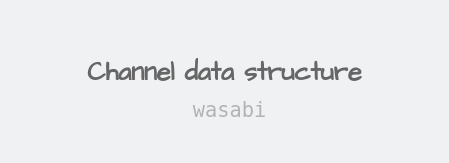
Above: page "第 6 页" (6 of 6) of blog_imgs.drawio in sh1luo/sh1luo.github.io (draw.io), before the change. Source tidied: cells renumbered, new cells numbered last; positions are measured from the earlier drawing's top-left corner, leaving out a move shared by most shapes. Both pictures are drawn from the tidied source at 170%, with x=0, y=0 at pixel (29, 29).
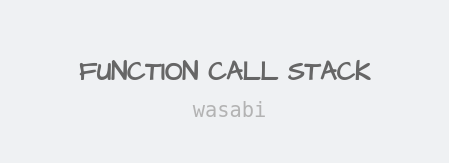
The same page after the edit.

Change to the diagram source:
```diff
@@
 <mxGraphModel background="#EFF1F3">
   <root>
     <mxCell id="0" />
     <mxCell id="1" parent="0" />
-    <mxCell id="2" value="Channel data structure" style="text;html=1;strokeColor=none;fillColor=none;align=center;verticalAlign=middle;whiteSpace=wrap;rounded=0;fontColor=#666666;fontFamily=Comic Sans MS;fontSize=15;fontStyle=1;" parent="1" vertex="1">
+    <mxCell id="2" value="FUNCTION CALL STACK" style="text;html=1;strokeColor=none;fillColor=none;align=center;verticalAlign=middle;whiteSpace=wrap;rounded=0;fontColor=#666666;fontFamily=Comic Sans MS;fontSize=15;fontStyle=1;" parent="1" vertex="1">
       <mxGeometry width="230" height="50" as="geometry" />
     </mxCell>
     <mxCell id="3" value="wasabi" style="text;html=1;strokeColor=none;fillColor=none;align=center;verticalAlign=middle;whiteSpace=wrap;rounded=0;fontFamily=Lucida Console;fontSize=12;fontColor=#B3B3B3;" parent="1" vertex="1">
       <mxGeometry x="84" y="33" width="68" height="29" as="geometry" />
     </mxCell>
   </root>
 </mxGraphModel>
```
